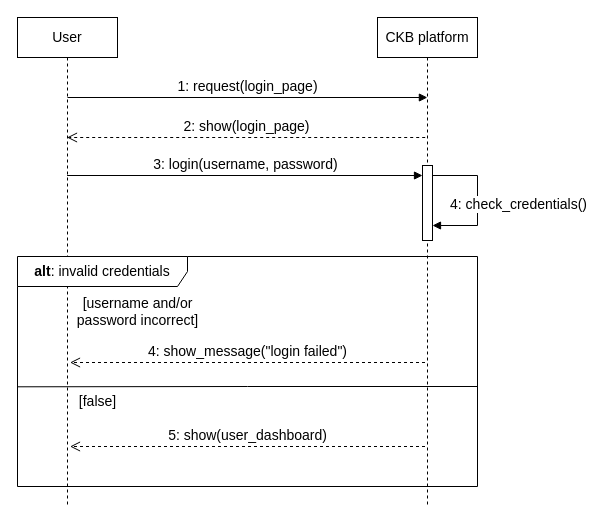
mttcrn/software-engineering-II-project keeps this draw.io diagram as page "Log in" (2 of 19) of diagrams/sequence diagrams/sequence_diagrams.drawio. Above is the earlier version. Source tidied: cells renumbered, new cells numbered last; positions are measured from the earlier drawing's top-left corner, leaving out a move shared by most shapes. Both pictures are drawn from the tidied source at 100%, with x=0, y=0 at pixel (17, 17).
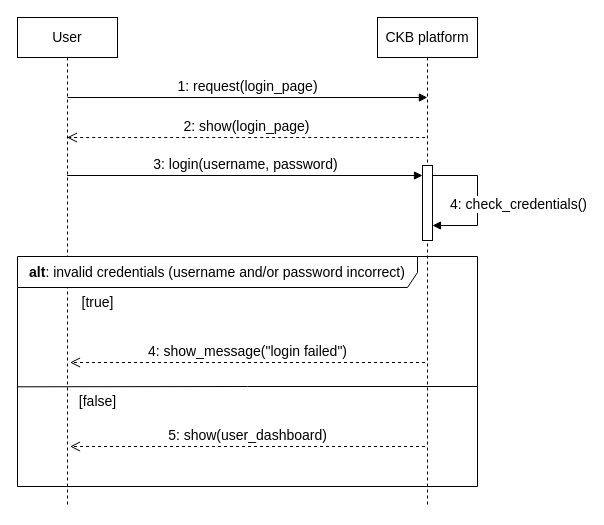
After the change.

Change to the diagram source:
```diff
@@
-    <mxCell id="11" value="&lt;font style=&quot;font-size: 14px;&quot;&gt;[username and/or &lt;br&gt;password incorrect]&lt;/font&gt;" style="text;html=1;align=center;verticalAlign=middle;strokeColor=none;fillColor=none;" parent="1" vertex="1">
-      <mxGeometry x="50" y="269" width="140" height="50" as="geometry" />
-    </mxCell>
-    <mxCell id="12" value="&lt;b style=&quot;font-size: 14px;&quot;&gt;alt&lt;/b&gt;: invalid credentials" style="shape=umlFrame;whiteSpace=wrap;html=1;width=170;height=30;fontSize=14;" parent="1" vertex="1">
+    <mxCell id="12" value="&lt;b style=&quot;font-size: 14px;&quot;&gt;alt&lt;/b&gt;: invalid credentials (username and/or&amp;nbsp;&lt;span style=&quot;&quot;&gt;password incorrect&lt;/span&gt;)" style="shape=umlFrame;whiteSpace=wrap;html=1;width=400;height=31;fontSize=14;" parent="1" vertex="1">
       <mxGeometry y="239" width="460" height="230" as="geometry" />
     </mxCell>
@@
+    <mxCell id="16" value="&lt;span style=&quot;font-size: 14px;&quot;&gt;[true]&lt;/span&gt;" style="text;html=1;align=center;verticalAlign=middle;strokeColor=none;fillColor=none;fontSize=14;" parent="1" vertex="1">
+      <mxGeometry x="50" y="270" width="60" height="30" as="geometry" />
+    </mxCell>
```
